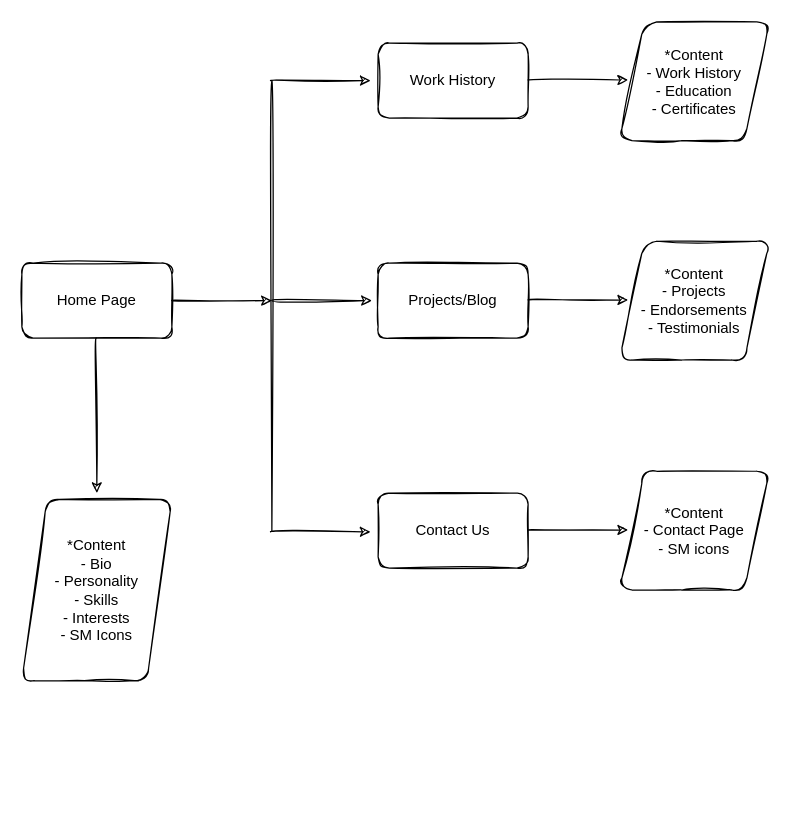
ibsio/myportfolio keeps this draw.io diagram as Site Map.drawio. Above is the earlier version. Source tidied: cells renumbered, new cells numbered last; positions are measured from the earlier drawing's top-left corner, leaving out a move shared by most shapes. Both pictures are drawn from the tidied source at 125%, with x=0, y=0 at pixel (21, 21).
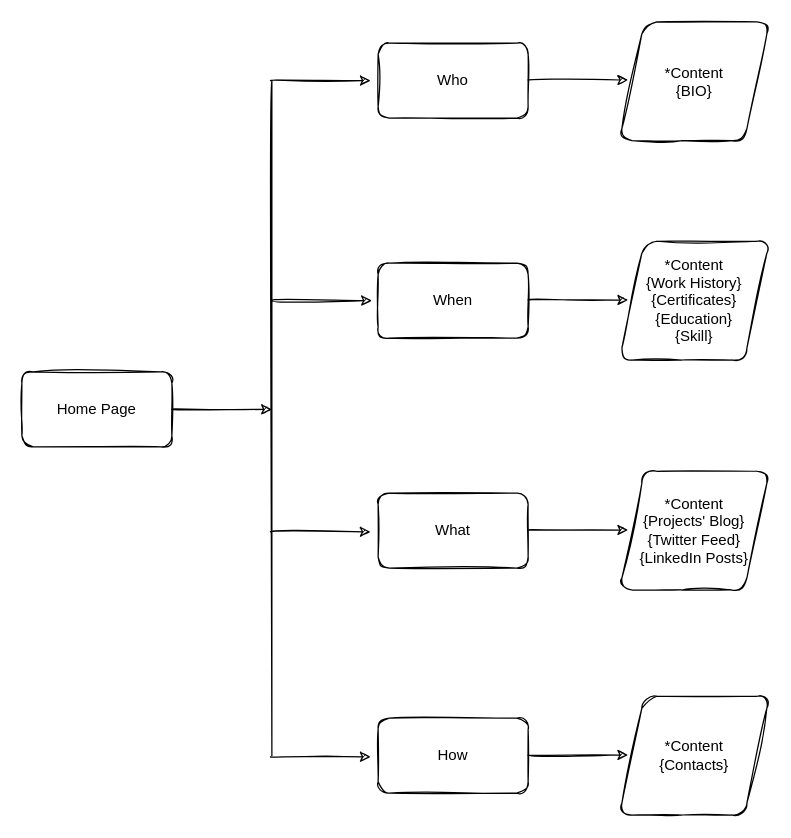
Above is the later version.

Commit message (it also covers changes not shown here):
enhanced css style and updated site map and contact page

What changed in the source:
```diff
@@
     <mxCell id="2" value="Home Page" style="whiteSpace=wrap;html=1;rounded=1;sketch=1;gradientColor=#ffffff;" parent="1" vertex="1">
-      <mxGeometry y="193" width="120" height="60" as="geometry" />
+      <mxGeometry y="280" width="120" height="60" as="geometry" />
     </mxCell>
     <mxCell id="3" style="endArrow=none;html=1;sketch=1;curved=1;" parent="1" edge="1">
       <mxGeometry relative="1" as="geometry">
         <mxPoint x="200" y="47" as="sourcePoint" />
-        <mxPoint x="200" y="407" as="targetPoint" />
+        <mxPoint x="200" y="587" as="targetPoint" />
       </mxGeometry>
     </mxCell>
@@
     <mxCell id="6" style="endArrow=classic;html=1;sketch=1;curved=1;" parent="1" edge="1">
       <mxGeometry relative="1" as="geometry">
-        <mxPoint x="120" y="223" as="sourcePoint" />
-        <mxPoint x="200" y="223" as="targetPoint" />
+        <mxPoint x="120" y="310" as="sourcePoint" />
+        <mxPoint x="200" y="310" as="targetPoint" />
       </mxGeometry>
     </mxCell>
@@
-    <mxCell id="8" value="Work History" style="whiteSpace=wrap;html=1;rounded=1;sketch=1;" parent="1" vertex="1">
+    <mxCell id="8" value="Who" style="whiteSpace=wrap;html=1;rounded=1;sketch=1;" parent="1" vertex="1">
       <mxGeometry x="285" y="17" width="120" height="60" as="geometry" />
     </mxCell>
-    <mxCell id="9" value="Projects/Blog" style="whiteSpace=wrap;html=1;rounded=1;sketch=1;" parent="1" vertex="1">
+    <mxCell id="9" value="When" style="whiteSpace=wrap;html=1;rounded=1;sketch=1;" parent="1" vertex="1">
       <mxGeometry x="285" y="193" width="120" height="60" as="geometry" />
     </mxCell>
-    <mxCell id="10" value="Contact Us" style="whiteSpace=wrap;html=1;rounded=1;sketch=1;" parent="1" vertex="1">
+    <mxCell id="10" value="What" style="whiteSpace=wrap;html=1;rounded=1;sketch=1;" parent="1" vertex="1">
       <mxGeometry x="285" y="377" width="120" height="60" as="geometry" />
     </mxCell>
-    <mxCell id="11" value="&lt;span&gt;*Content&lt;/span&gt;&lt;br&gt;&lt;span&gt;- Work History&lt;/span&gt;&lt;br&gt;&lt;span&gt;- Education&lt;/span&gt;&lt;br&gt;&lt;span&gt;- Certificates&lt;/span&gt;" style="shape=parallelogram;perimeter=parallelogramPerimeter;whiteSpace=wrap;html=1;fixedSize=1;rounded=1;sketch=1;gradientColor=#ffffff;" parent="1" vertex="1">
+    <mxCell id="11" value="&lt;span&gt;*Content&lt;/span&gt;&lt;br&gt;{BIO}" style="shape=parallelogram;perimeter=parallelogramPerimeter;whiteSpace=wrap;html=1;fixedSize=1;rounded=1;sketch=1;gradientColor=#ffffff;" parent="1" vertex="1">
       <mxGeometry x="478" width="120" height="95" as="geometry" />
     </mxCell>
-    <mxCell id="12" value="&lt;span&gt;*Content&lt;/span&gt;&lt;br&gt;&lt;span&gt;- Projects&lt;/span&gt;&lt;br&gt;&lt;span&gt;- Endorsements&lt;/span&gt;&lt;br&gt;&lt;span&gt;- Testimonials&lt;/span&gt;" style="shape=parallelogram;perimeter=parallelogramPerimeter;whiteSpace=wrap;html=1;fixedSize=1;rounded=1;sketch=1;gradientColor=#ffffff;" parent="1" vertex="1">
+    <mxCell id="12" value="&lt;span&gt;*Content&lt;/span&gt;&lt;br&gt;{Work History}&lt;br&gt;{Certificates}&lt;br&gt;{Education}&lt;br&gt;{Skill}" style="shape=parallelogram;perimeter=parallelogramPerimeter;whiteSpace=wrap;html=1;fixedSize=1;rounded=1;sketch=1;gradientColor=#ffffff;" parent="1" vertex="1">
       <mxGeometry x="478" y="175.5" width="120" height="95" as="geometry" />
     </mxCell>
-    <mxCell id="13" value="*Content&lt;br&gt;- Contact Page&lt;br&gt;- SM icons" style="shape=parallelogram;perimeter=parallelogramPerimeter;whiteSpace=wrap;html=1;fixedSize=1;rounded=1;sketch=1;gradientColor=#ffffff;" parent="1" vertex="1">
+    <mxCell id="13" value="*Content&lt;br&gt;{Projects' Blog}&lt;br&gt;{Twitter Feed}&lt;br&gt;{LinkedIn Posts}" style="shape=parallelogram;perimeter=parallelogramPerimeter;whiteSpace=wrap;html=1;fixedSize=1;rounded=1;sketch=1;gradientColor=#ffffff;" parent="1" vertex="1">
       <mxGeometry x="478" y="359.5" width="120" height="95" as="geometry" />
     </mxCell>
@@
-    <mxCell id="17" value="*Content&lt;br&gt;- Bio&lt;br&gt;- Personality&lt;br&gt;- Skills&lt;br&gt;- Interests&lt;br&gt;- SM Icons" style="shape=parallelogram;perimeter=parallelogramPerimeter;whiteSpace=wrap;html=1;fixedSize=1;rounded=1;sketch=1;gradientColor=#ffffff;" parent="1" vertex="1">
-      <mxGeometry y="382" width="120" height="145" as="geometry" />
-    </mxCell>
-    <mxCell id="18" style="endArrow=classic;html=1;sketch=1;curved=1;" parent="1" edge="1">
-      <mxGeometry relative="1" as="geometry">
-        <mxPoint x="59.5" y="253" as="sourcePoint" />
-        <mxPoint x="60" y="377" as="targetPoint" />
-      </mxGeometry>
-    </mxCell>
+    <mxCell id="19" style="endArrow=classic;html=1;sketch=1;curved=1;" parent="1" edge="1">
+      <mxGeometry relative="1" as="geometry">
+        <mxPoint x="199" y="588" as="sourcePoint" />
+        <mxPoint x="279" y="588" as="targetPoint" />
+      </mxGeometry>
+    </mxCell>
+    <mxCell id="20" value="How" style="whiteSpace=wrap;html=1;rounded=1;sketch=1;" parent="1" vertex="1">
+      <mxGeometry x="285" y="557" width="120" height="60" as="geometry" />
+    </mxCell>
+    <mxCell id="21" value="*Content&lt;br&gt;{Contacts}" style="shape=parallelogram;perimeter=parallelogramPerimeter;whiteSpace=wrap;html=1;fixedSize=1;rounded=1;sketch=1;gradientColor=#ffffff;" parent="1" vertex="1">
+      <mxGeometry x="478" y="539.5" width="120" height="95" as="geometry" />
+    </mxCell>
+    <mxCell id="22" style="endArrow=classic;html=1;sketch=1;curved=1;" parent="1" edge="1">
+      <mxGeometry relative="1" as="geometry">
+        <mxPoint x="405" y="586.5" as="sourcePoint" />
+        <mxPoint x="485" y="586.5" as="targetPoint" />
+      </mxGeometry>
+    </mxCell>
```
